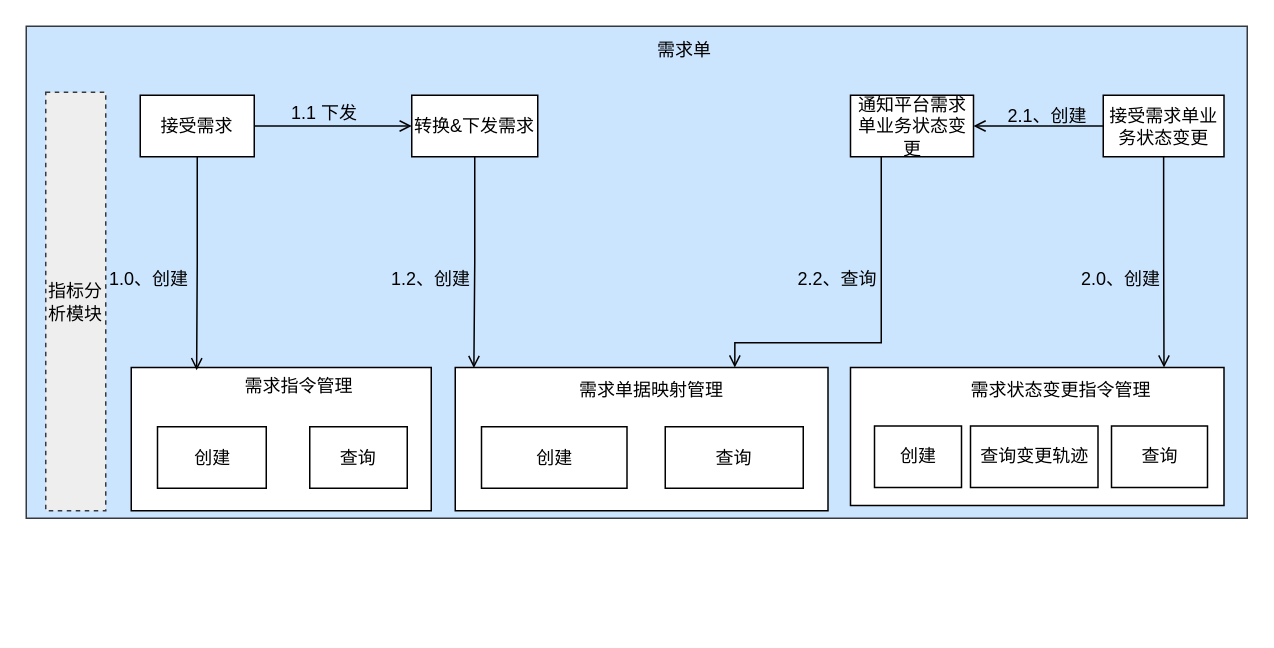
The draw.io diagram page "Copy of Copy of Page-28" (31 of 36) of docs/自营重构.drawio in lokiworks/codebase, before the edit. Source tidied: cells renumbered, new cells numbered last; positions are measured from the earlier drawing's top-left corner, leaving out a move shared by most shapes. Both pictures are drawn from the tidied source at 150%, with x=0, y=0 at pixel (26, 26).
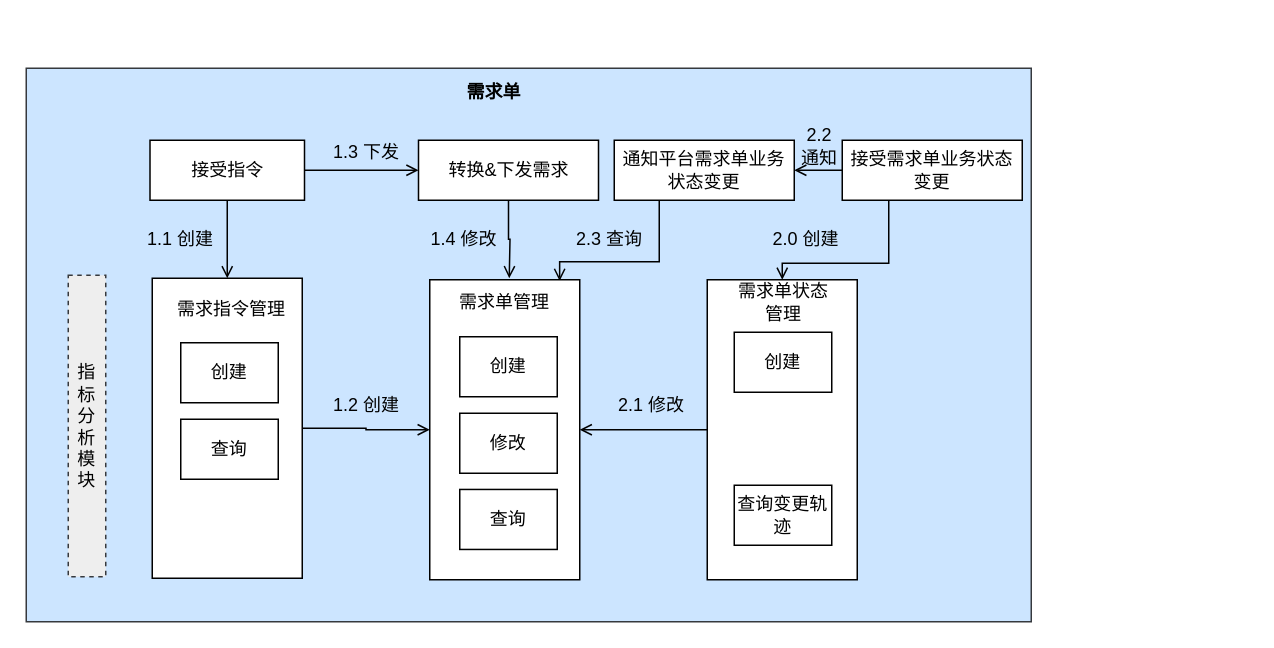
After the change.

The edit, as a diff of the source:
```diff
@@
     <mxCell id="2" style="rounded=0;whiteSpace=wrap;html=1;fillColor=#cce5ff;strokeColor=#36393d;" parent="1" vertex="1">
-      <mxGeometry width="814" height="328" as="geometry" />
+      <mxGeometry y="28" width="670" height="369" as="geometry" />
     </mxCell>
+    <mxCell id="34" style="edgeStyle=orthogonalEdgeStyle;rounded=0;jettySize=auto;html=1;exitX=1;exitY=0.5;exitDx=0;exitDy=0;entryX=0;entryY=0.5;entryDx=0;entryDy=0;endArrow=open;endFill=0;" parent="1" edge="1" source="3" target="25">
+      <mxGeometry relative="1" as="geometry" />
+    </mxCell>
     <mxCell id="3" style="rounded=0;whiteSpace=wrap;html=1;" parent="1" vertex="1">
-      <mxGeometry x="70" y="227.5" width="200" height="95.5" as="geometry" />
+      <mxGeometry x="84" y="168" width="100" height="200" as="geometry" />
     </mxCell>
     <mxCell id="4" value="查询" style="rounded=0;whiteSpace=wrap;html=1;" parent="1" vertex="1">
-      <mxGeometry x="189" y="267" width="65" height="41" as="geometry" />
+      <mxGeometry x="103" y="262" width="65" height="40" as="geometry" />
     </mxCell>
     <mxCell id="5" value="创建" style="rounded=0;whiteSpace=wrap;html=1;" parent="1" vertex="1">
-      <mxGeometry x="87.5" y="267" width="72.5" height="41" as="geometry" />
+      <mxGeometry x="103" y="211" width="65" height="40" as="geometry" />
     </mxCell>
-    <mxCell id="6" value="需求单" style="text;html=1;align=center;verticalAlign=middle;whiteSpace=wrap;rounded=0;" parent="1" vertex="1">
-      <mxGeometry x="408.5" y="1" width="60" height="30" as="geometry" />
+    <mxCell id="6" value="需求单" style="text;html=1;align=center;verticalAlign=middle;whiteSpace=wrap;rounded=0;fontStyle=1;" parent="1" vertex="1">
+      <mxGeometry x="282" y="29" width="60" height="30" as="geometry" />
     </mxCell>
+    <mxCell id="35" style="edgeStyle=orthogonalEdgeStyle;rounded=0;jettySize=auto;html=1;entryX=1;entryY=0.5;entryDx=0;entryDy=0;endArrow=open;endFill=0;" parent="1" edge="1" source="7" target="25">
+      <mxGeometry relative="1" as="geometry" />
+    </mxCell>
     <mxCell id="7" style="rounded=0;whiteSpace=wrap;html=1;" parent="1" vertex="1">
-      <mxGeometry x="549.5" y="227.5" width="249" height="92" as="geometry" />
+      <mxGeometry x="454" y="169" width="100" height="200" as="geometry" />
     </mxCell>
-    <mxCell id="8" style="edgeStyle=orthogonalEdgeStyle;rounded=0;jettySize=auto;html=1;exitX=0.5;exitY=1;exitDx=0;exitDy=0;entryX=1;entryY=0;entryDx=0;entryDy=0;endArrow=open;endFill=0;" parent="1" edge="1" source="10" target="11">
-      <mxGeometry relative="1" as="geometry" />
+    <mxCell id="8" style="edgeStyle=orthogonalEdgeStyle;rounded=0;jettySize=auto;html=1;exitX=0.25;exitY=1;exitDx=0;exitDy=0;endArrow=open;endFill=0;" parent="1" edge="1" source="10" target="11">
+      <mxGeometry relative="1" as="geometry">
+        <Array as="points">
+          <mxPoint x="575" y="116" />
+          <mxPoint x="575" y="158" />
+          <mxPoint x="504" y="158" />
+        </Array>
+      </mxGeometry>
     </mxCell>
-    <mxCell id="9" style="edgeStyle=orthogonalEdgeStyle;rounded=0;jettySize=auto;html=1;exitX=0;exitY=0.5;exitDx=0;exitDy=0;entryX=1;entryY=0.5;entryDx=0;entryDy=0;endArrow=open;endFill=0;" parent="1" edge="1" source="10" target="14">
+    <mxCell id="9" style="edgeStyle=orthogonalEdgeStyle;rounded=0;jettySize=auto;html=1;exitX=0;exitY=0.5;exitDx=0;exitDy=0;endArrow=open;endFill=0;" parent="1" edge="1" source="10" target="14">
       <mxGeometry relative="1" as="geometry" />
     </mxCell>
     <mxCell id="10" value="接受需求单业务状态变更" style="rounded=0;whiteSpace=wrap;html=1;" parent="1" vertex="1">
-      <mxGeometry x="718" y="46" width="80.5" height="41" as="geometry" />
+      <mxGeometry x="544" y="76" width="120" height="40" as="geometry" />
     </mxCell>
-    <mxCell id="11" value="需求状态变更指令管理" style="text;html=1;strokeColor=none;fillColor=none;align=center;verticalAlign=middle;whiteSpace=wrap;rounded=0;fontColor=#000000;" parent="1" vertex="1">
-      <mxGeometry x="620.5" y="227.5" width="138" height="30" as="geometry" />
+    <mxCell id="11" value="需求单状态&lt;br&gt;管理" style="text;html=1;strokeColor=none;fillColor=none;align=center;verticalAlign=middle;whiteSpace=wrap;rounded=0;fontColor=#000000;" parent="1" vertex="1">
+      <mxGeometry x="459.5" y="169" width="90" height="30" as="geometry" />
     </mxCell>
     <mxCell id="12" value="指标分析模块" style="rounded=0;whiteSpace=wrap;html=1;fillColor=#eeeeee;strokeColor=#36393d;dashed=1;" parent="1" vertex="1">
-      <mxGeometry x="13" y="44" width="40" height="279" as="geometry" />
+      <mxGeometry x="28" y="166" width="25" height="201" as="geometry" />
     </mxCell>
-    <mxCell id="13" style="edgeStyle=orthogonalEdgeStyle;rounded=0;jettySize=auto;html=1;exitX=0.25;exitY=1;exitDx=0;exitDy=0;entryX=0.75;entryY=0;entryDx=0;entryDy=0;endArrow=open;endFill=0;" parent="1" edge="1" source="14" target="25">
+    <mxCell id="13" style="edgeStyle=orthogonalEdgeStyle;rounded=0;jettySize=auto;html=1;exitX=0.25;exitY=1;exitDx=0;exitDy=0;entryX=0.866;entryY=0.004;entryDx=0;entryDy=0;entryPerimeter=0;endArrow=open;endFill=0;" parent="1" edge="1" source="14" target="25">
       <mxGeometry relative="1" as="geometry">
         <Array as="points">
-          <mxPoint x="570" y="211" />
-          <mxPoint x="472" y="211" />
+          <mxPoint x="422" y="157" />
+          <mxPoint x="356" y="157" />
         </Array>
       </mxGeometry>
     </mxCell>
     <mxCell id="14" value="通知平台需求单业务状态变更" style="rounded=0;whiteSpace=wrap;html=1;" parent="1" vertex="1">
-      <mxGeometry x="549.5" y="46" width="82" height="41" as="geometry" />
+      <mxGeometry x="392" y="76" width="120" height="40" as="geometry" />
     </mxCell>
     <mxCell id="15" value="需求指令管理" style="text;html=1;strokeColor=none;fillColor=none;align=center;verticalAlign=middle;whiteSpace=wrap;rounded=0;fontColor=#000000;" parent="1" vertex="1">
-      <mxGeometry x="135" y="224.5" width="94" height="30" as="geometry" />
+      <mxGeometry x="90" y="174" width="94" height="30" as="geometry" />
     </mxCell>
     <mxCell id="16" value="创建" style="rounded=0;whiteSpace=wrap;html=1;" parent="1" vertex="1">
-      <mxGeometry x="565.5" y="266.5" width="58" height="41" as="geometry" />
+      <mxGeometry x="472" y="204" width="65" height="40" as="geometry" />
     </mxCell>
     <mxCell id="17" value="查询变更轨迹" style="rounded=0;whiteSpace=wrap;html=1;" parent="1" vertex="1">
-      <mxGeometry x="629.5" y="266.5" width="85" height="41" as="geometry" />
+      <mxGeometry x="472" y="306" width="65" height="40" as="geometry" />
     </mxCell>
-    <mxCell id="18" style="edgeStyle=orthogonalEdgeStyle;rounded=0;jettySize=auto;html=1;exitX=0.5;exitY=1;exitDx=0;exitDy=0;entryX=0.05;entryY=0.004;entryDx=0;entryDy=0;entryPerimeter=0;endArrow=open;endFill=0;" parent="1" edge="1" source="19" target="25">
-      <mxGeometry relative="1" as="geometry" />
-    </mxCell>
+    <mxCell id="36" style="edgeStyle=orthogonalEdgeStyle;rounded=0;jettySize=auto;html=1;exitX=0.5;exitY=1;exitDx=0;exitDy=0;endArrow=open;endFill=0;" parent="1" edge="1" source="19">
+      <mxGeometry relative="1" as="geometry">
+        <mxPoint x="322" y="168" as="targetPoint" />
+      </mxGeometry>
+    </mxCell>
     <mxCell id="19" value="转换&amp;amp;下发需求" style="rounded=0;whiteSpace=wrap;html=1;" parent="1" vertex="1">
-      <mxGeometry x="257" y="46" width="84" height="41" as="geometry" />
+      <mxGeometry x="261.5" y="76" width="120" height="40" as="geometry" />
     </mxCell>
-    <mxCell id="20" style="edgeStyle=orthogonalEdgeStyle;rounded=0;jettySize=auto;html=1;exitX=0.5;exitY=1;exitDx=0;exitDy=0;entryX=0.218;entryY=0.019;entryDx=0;entryDy=0;entryPerimeter=0;endArrow=open;endFill=0;" parent="1" edge="1" source="22" target="3">
+    <mxCell id="20" style="edgeStyle=orthogonalEdgeStyle;rounded=0;jettySize=auto;html=1;exitX=0.5;exitY=1;exitDx=0;exitDy=0;endArrow=open;endFill=0;entryX=0.5;entryY=0;entryDx=0;entryDy=0;" parent="1" edge="1" source="22" target="3">
       <mxGeometry relative="1" as="geometry" />
     </mxCell>
-    <mxCell id="21" style="edgeStyle=orthogonalEdgeStyle;rounded=0;jettySize=auto;html=1;exitX=1;exitY=0.5;exitDx=0;exitDy=0;endArrow=open;endFill=0;" parent="1" edge="1" source="22" target="19">
+    <mxCell id="21" style="edgeStyle=orthogonalEdgeStyle;rounded=0;jettySize=auto;html=1;exitX=1;exitY=0.5;exitDx=0;exitDy=0;entryX=0;entryY=0.5;entryDx=0;entryDy=0;endArrow=open;endFill=0;" parent="1" edge="1" source="22" target="19">
       <mxGeometry relative="1" as="geometry" />
     </mxCell>
-    <mxCell id="22" value="接受需求" style="rounded=0;whiteSpace=wrap;html=1;" parent="1" vertex="1">
-      <mxGeometry x="76" y="46" width="76" height="41" as="geometry" />
+    <mxCell id="22" value="接受指令" style="rounded=0;whiteSpace=wrap;html=1;" parent="1" vertex="1">
+      <mxGeometry x="82.5" y="76" width="103" height="40" as="geometry" />
     </mxCell>
-    <mxCell id="23" value="1.0、创建" style="text;html=1;strokeColor=none;fillColor=none;align=center;verticalAlign=middle;whiteSpace=wrap;rounded=0;dashed=1;fontColor=#000000;" parent="1" vertex="1">
-      <mxGeometry x="53" y="153" width="58" height="31" as="geometry" />
-    </mxCell>
-    <mxCell id="24" value="查询" style="rounded=0;whiteSpace=wrap;html=1;" parent="1" vertex="1">
-      <mxGeometry x="723.5" y="266.5" width="64" height="41" as="geometry" />
-    </mxCell>
     <mxCell id="25" style="rounded=0;whiteSpace=wrap;html=1;" parent="1" vertex="1">
-      <mxGeometry x="286" y="227.5" width="248.5" height="95.5" as="geometry" />
+      <mxGeometry x="269" y="169" width="100" height="200" as="geometry" />
     </mxCell>
-    <mxCell id="26" value="查询" style="rounded=0;whiteSpace=wrap;html=1;" parent="1" vertex="1">
-      <mxGeometry x="426" y="267" width="92" height="41" as="geometry" />
-    </mxCell>
     <mxCell id="27" value="创建" style="rounded=0;whiteSpace=wrap;html=1;" parent="1" vertex="1">
-      <mxGeometry x="303.5" y="267" width="97" height="41" as="geometry" />
+      <mxGeometry x="289" y="207" width="65" height="40" as="geometry" />
     </mxCell>
-    <mxCell id="28" value="需求单据映射管理" style="text;html=1;strokeColor=none;fillColor=none;align=center;verticalAlign=middle;whiteSpace=wrap;rounded=0;fontColor=#000000;" parent="1" vertex="1">
-      <mxGeometry x="366" y="227.5" width="102" height="30" as="geometry" />
+    <mxCell id="28" value="需求单管理" style="text;html=1;strokeColor=none;fillColor=none;align=center;verticalAlign=middle;whiteSpace=wrap;rounded=0;fontColor=#000000;" parent="1" vertex="1">
+      <mxGeometry x="268" y="169" width="102" height="30" as="geometry" />
     </mxCell>
-    <mxCell id="29" value="1.1 下发" style="text;html=1;strokeColor=none;fillColor=none;align=center;verticalAlign=middle;whiteSpace=wrap;rounded=0;" parent="1" vertex="1">
-      <mxGeometry x="169" y="43" width="60" height="30" as="geometry" />
-    </mxCell>
-    <mxCell id="30" value="1.2、创建" style="text;html=1;strokeColor=none;fillColor=none;align=center;verticalAlign=middle;whiteSpace=wrap;rounded=0;dashed=1;fontColor=#000000;" parent="1" vertex="1">
-      <mxGeometry x="241" y="153" width="58" height="31" as="geometry" />
-    </mxCell>
-    <mxCell id="31" value="2.0、创建" style="text;html=1;strokeColor=none;fillColor=none;align=center;verticalAlign=middle;whiteSpace=wrap;rounded=0;dashed=1;fontColor=#000000;" parent="1" vertex="1">
-      <mxGeometry x="701" y="153" width="58" height="31" as="geometry" />
-    </mxCell>
-    <mxCell id="32" value="2.1、创建" style="text;html=1;strokeColor=none;fillColor=none;align=center;verticalAlign=middle;whiteSpace=wrap;rounded=0;dashed=1;fontColor=#000000;" parent="1" vertex="1">
-      <mxGeometry x="652" y="44" width="58" height="31" as="geometry" />
-    </mxCell>
-    <mxCell id="33" value="2.2、查询" style="text;html=1;strokeColor=none;fillColor=none;align=center;verticalAlign=middle;whiteSpace=wrap;rounded=0;dashed=1;fontColor=#000000;" parent="1" vertex="1">
-      <mxGeometry x="512" y="153" width="58" height="31" as="geometry" />
-    </mxCell>
+    <mxCell id="37" value="修改" style="rounded=0;whiteSpace=wrap;html=1;" parent="1" vertex="1">
+      <mxGeometry x="289" y="258" width="65" height="40" as="geometry" />
+    </mxCell>
+    <mxCell id="38" value="查询" style="rounded=0;whiteSpace=wrap;html=1;" parent="1" vertex="1">
+      <mxGeometry x="289" y="308.8" width="65" height="40" as="geometry" />
+    </mxCell>
+    <mxCell id="39" value="1.1 创建" style="text;html=1;strokeColor=none;fillColor=none;align=center;verticalAlign=middle;whiteSpace=wrap;rounded=0;" parent="1" vertex="1">
+      <mxGeometry x="73" y="127" width="60" height="30" as="geometry" />
+    </mxCell>
+    <mxCell id="40" value="1.3 下发" style="text;html=1;strokeColor=none;fillColor=none;align=center;verticalAlign=middle;whiteSpace=wrap;rounded=0;" parent="1" vertex="1">
+      <mxGeometry x="197" y="69" width="60" height="30" as="geometry" />
+    </mxCell>
+    <mxCell id="41" value="1.4 修改" style="text;html=1;strokeColor=none;fillColor=none;align=center;verticalAlign=middle;whiteSpace=wrap;rounded=0;" parent="1" vertex="1">
+      <mxGeometry x="261.5" y="127" width="60" height="30" as="geometry" />
+    </mxCell>
+    <mxCell id="42" value="2.0 创建" style="text;html=1;strokeColor=none;fillColor=none;align=center;verticalAlign=middle;whiteSpace=wrap;rounded=0;" parent="1" vertex="1">
+      <mxGeometry x="490" y="127" width="60" height="30" as="geometry" />
+    </mxCell>
+    <mxCell id="43" value="2.2 通知" style="text;html=1;strokeColor=none;fillColor=none;align=center;verticalAlign=middle;whiteSpace=wrap;rounded=0;" parent="1" vertex="1">
+      <mxGeometry x="514" y="65" width="30" height="30" as="geometry" />
+    </mxCell>
+    <mxCell id="44" value="2.3 查询" style="text;html=1;strokeColor=none;fillColor=none;align=center;verticalAlign=middle;whiteSpace=wrap;rounded=0;" parent="1" vertex="1">
+      <mxGeometry x="359" y="127" width="60" height="30" as="geometry" />
+    </mxCell>
+    <mxCell id="45" value="2.1 修改" style="text;html=1;strokeColor=none;fillColor=none;align=center;verticalAlign=middle;whiteSpace=wrap;rounded=0;" parent="1" vertex="1">
+      <mxGeometry x="387" y="238" width="60" height="30" as="geometry" />
+    </mxCell>
+    <mxCell id="46" value="1.2 创建" style="text;html=1;strokeColor=none;fillColor=none;align=center;verticalAlign=middle;whiteSpace=wrap;rounded=0;" parent="1" vertex="1">
+      <mxGeometry x="197" y="238" width="60" height="30" as="geometry" />
+    </mxCell>
```
